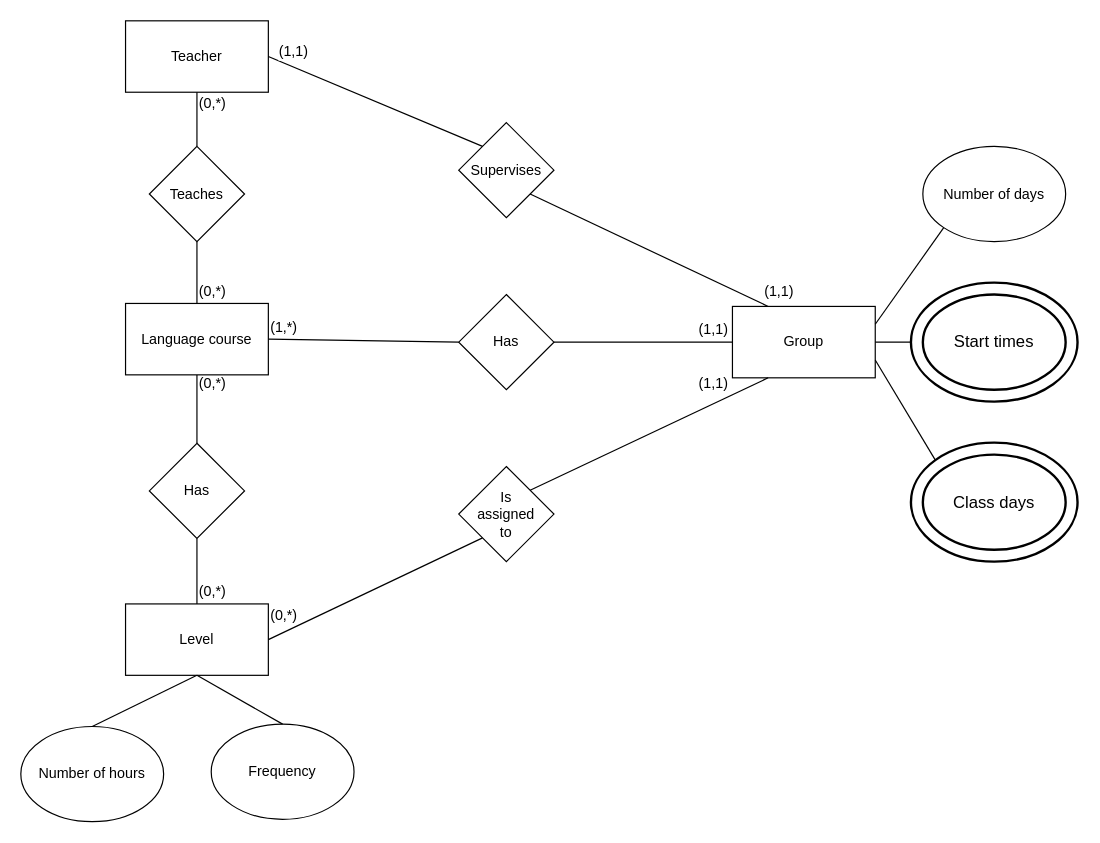
devtot0/FundamentalsOfDatabases keeps this draw.io diagram as Task2/Task2.drawio. Above is the earlier version. Source tidied: cells renumbered, new cells numbered last; positions are measured from the earlier drawing's top-left corner, leaving out a move shared by most shapes. Both pictures are drawn from the tidied source at 119%, with x=0, y=0 at pixel (20, 20).
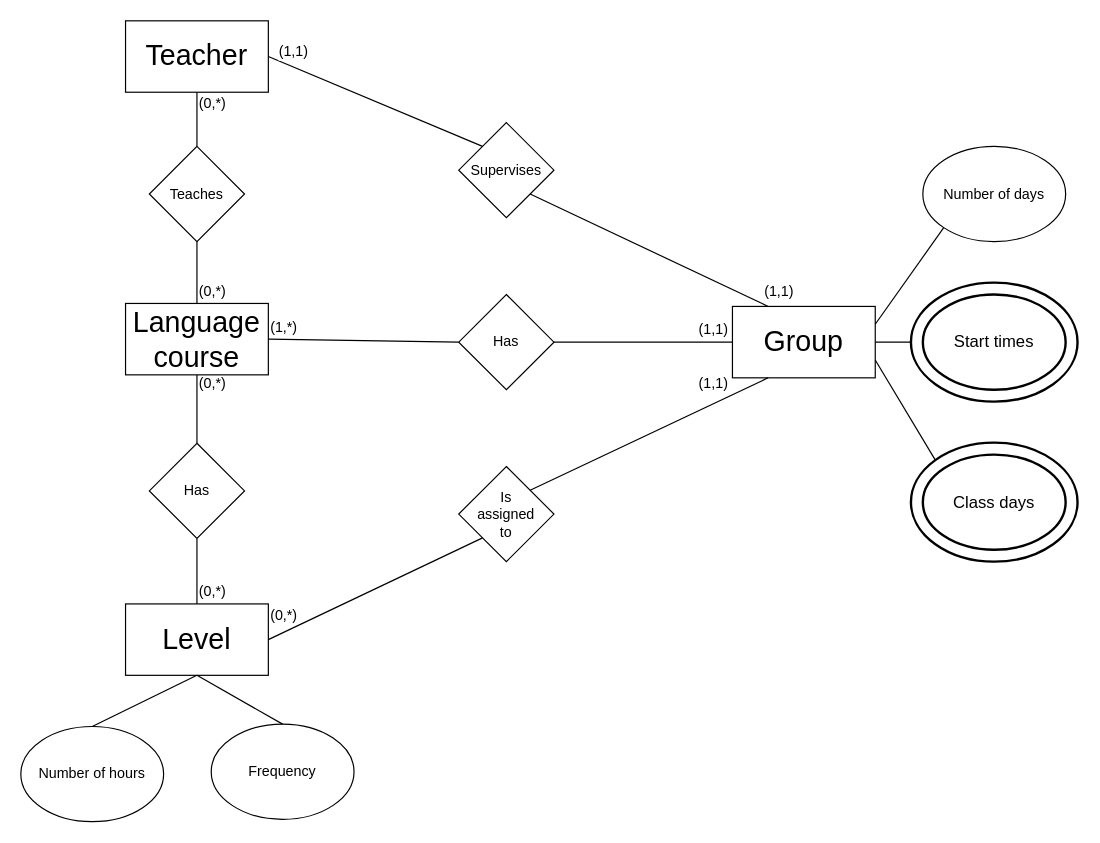
After the change.

Diff of the diagram source:
```diff
@@
-    <mxCell id="2" value="Teacher&lt;br&gt;" style="rounded=0;whiteSpace=wrap;html=1;" parent="1" vertex="1">
+    <mxCell id="2" value="&lt;font style=&quot;font-size: 24px&quot;&gt;Teacher&lt;br&gt;&lt;/font&gt;" style="rounded=0;whiteSpace=wrap;html=1;" parent="1" vertex="1">
       <mxGeometry x="88" width="120" height="60" as="geometry" />
     </mxCell>
@@
-    <mxCell id="8" value="Level&lt;br&gt;" style="rounded=0;whiteSpace=wrap;html=1;" parent="1" vertex="1">
+    <mxCell id="8" value="&lt;font style=&quot;font-size: 24px&quot;&gt;Level&lt;br&gt;&lt;/font&gt;" style="rounded=0;whiteSpace=wrap;html=1;" parent="1" vertex="1">
       <mxGeometry x="88" y="490" width="120" height="60" as="geometry" />
     </mxCell>
@@
-    <mxCell id="16" value="Group" style="rounded=0;whiteSpace=wrap;html=1;" parent="1" vertex="1">
+    <mxCell id="16" value="&lt;font style=&quot;font-size: 24px&quot;&gt;Group&lt;/font&gt;" style="rounded=0;whiteSpace=wrap;html=1;" parent="1" vertex="1">
       <mxGeometry x="598" y="240" width="120" height="60" as="geometry" />
     </mxCell>
@@
-    <mxCell id="24" value="Language course&lt;br&gt;" style="rounded=0;whiteSpace=wrap;html=1;" parent="1" vertex="1">
+    <mxCell id="24" value="&lt;font style=&quot;font-size: 24px&quot;&gt;Language course&lt;br&gt;&lt;/font&gt;" style="rounded=0;whiteSpace=wrap;html=1;" parent="1" vertex="1">
       <mxGeometry x="88" y="237.5" width="120" height="60" as="geometry" />
     </mxCell>
```
